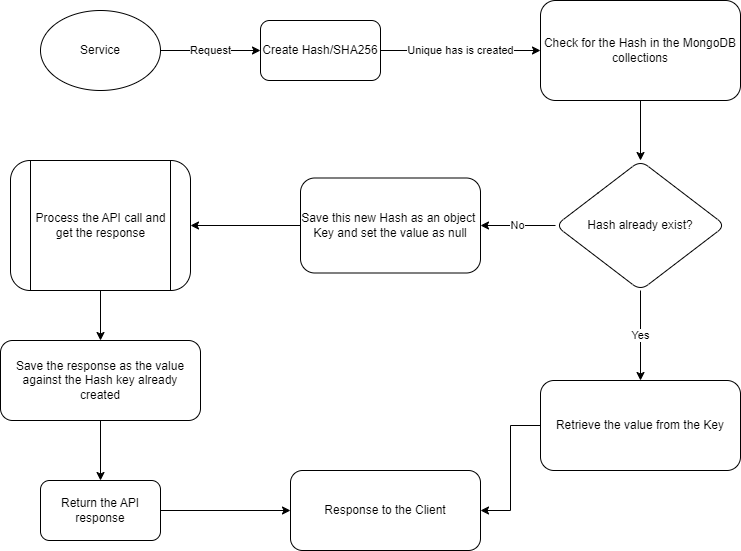
Earlier version of the draw.io export Untitled Diagram.drawio.png (sumansikdar/simple-webapp-python). Source tidied: cells renumbered, new cells last; positions are measured from the earlier drawing's top-left corner, leaving out a move shared by most shapes. The source it was exported from:
```xml
<mxGraphModel>
  <root>
    <mxCell id="0" />
    <mxCell id="1" parent="0" />
    <mxCell id="2" value="Request" style="edgeStyle=orthogonalEdgeStyle;rounded=0;jettySize=auto;html=1;" parent="1" edge="1" source="3" target="5">
      <mxGeometry relative="1" as="geometry" />
    </mxCell>
    <mxCell id="3" value="Service" style="ellipse;whiteSpace=wrap;html=1;" parent="1" vertex="1">
      <mxGeometry x="40" y="10" width="120" height="80" as="geometry" />
    </mxCell>
    <mxCell id="4" value="Unique has is created" style="edgeStyle=orthogonalEdgeStyle;rounded=0;jettySize=auto;html=1;" parent="1" edge="1" source="5" target="7">
      <mxGeometry relative="1" as="geometry" />
    </mxCell>
    <mxCell id="5" value="Create Hash/SHA256" style="rounded=1;whiteSpace=wrap;html=1;" parent="1" vertex="1">
      <mxGeometry x="260" y="20" width="120" height="60" as="geometry" />
    </mxCell>
    <mxCell id="6" style="edgeStyle=orthogonalEdgeStyle;rounded=0;jettySize=auto;html=1;" parent="1" edge="1" source="7" target="10">
      <mxGeometry relative="1" as="geometry" />
    </mxCell>
    <mxCell id="7" value="Check for the Hash in the MongoDB collections" style="rounded=1;whiteSpace=wrap;html=1;" parent="1" vertex="1">
      <mxGeometry x="540" width="200" height="100" as="geometry" />
    </mxCell>
    <mxCell id="8" value="No" style="edgeStyle=orthogonalEdgeStyle;rounded=0;jettySize=auto;html=1;" parent="1" edge="1" source="10" target="12">
      <mxGeometry relative="1" as="geometry" />
    </mxCell>
    <mxCell id="9" value="Yes" style="edgeStyle=orthogonalEdgeStyle;rounded=0;jettySize=auto;html=1;" parent="1" edge="1" source="10" target="18">
      <mxGeometry relative="1" as="geometry" />
    </mxCell>
    <mxCell id="10" value="Hash already exist?" style="rhombus;whiteSpace=wrap;html=1;rounded=1;" parent="1" vertex="1">
      <mxGeometry x="555" y="160" width="170" height="130" as="geometry" />
    </mxCell>
    <mxCell id="11" style="edgeStyle=orthogonalEdgeStyle;rounded=0;jettySize=auto;html=1;" parent="1" edge="1" source="12" target="14">
      <mxGeometry relative="1" as="geometry" />
    </mxCell>
    <mxCell id="12" value="Save this new Hash as an object&amp;nbsp; Key and set the value as null" style="whiteSpace=wrap;html=1;rounded=1;" parent="1" vertex="1">
      <mxGeometry x="300" y="177.5" width="180" height="95" as="geometry" />
    </mxCell>
    <mxCell id="13" style="edgeStyle=orthogonalEdgeStyle;rounded=0;jettySize=auto;html=1;" parent="1" edge="1" source="14" target="16">
      <mxGeometry relative="1" as="geometry" />
    </mxCell>
    <mxCell id="14" value="Process the API call and get the response" style="shape=process;whiteSpace=wrap;html=1;backgroundOutline=1;rounded=1;" parent="1" vertex="1">
      <mxGeometry x="10" y="160" width="180" height="130" as="geometry" />
    </mxCell>
    <mxCell id="15" style="edgeStyle=orthogonalEdgeStyle;rounded=0;jettySize=auto;html=1;" parent="1" edge="1" source="16" target="20">
      <mxGeometry relative="1" as="geometry" />
    </mxCell>
    <mxCell id="16" value="Save the response as the value against the Hash key already created" style="whiteSpace=wrap;html=1;rounded=1;" parent="1" vertex="1">
      <mxGeometry y="340" width="200" height="80" as="geometry" />
    </mxCell>
    <mxCell id="17" style="edgeStyle=orthogonalEdgeStyle;rounded=0;jettySize=auto;html=1;entryX=1;entryY=0.5;entryDx=0;entryDy=0;" parent="1" edge="1" source="18" target="21">
      <mxGeometry relative="1" as="geometry" />
    </mxCell>
    <mxCell id="18" value="Retrieve the value from the Key" style="whiteSpace=wrap;html=1;rounded=1;" parent="1" vertex="1">
      <mxGeometry x="540" y="380" width="200" height="90" as="geometry" />
    </mxCell>
    <mxCell id="19" style="edgeStyle=orthogonalEdgeStyle;rounded=0;jettySize=auto;html=1;" parent="1" edge="1" source="20" target="21">
      <mxGeometry relative="1" as="geometry" />
    </mxCell>
    <mxCell id="20" value="Return the API response" style="whiteSpace=wrap;html=1;rounded=1;" parent="1" vertex="1">
      <mxGeometry x="40" y="480" width="120" height="60" as="geometry" />
    </mxCell>
    <mxCell id="21" value="Response to the Client" style="whiteSpace=wrap;html=1;rounded=1;" parent="1" vertex="1">
      <mxGeometry x="290" y="470" width="190" height="80" as="geometry" />
    </mxCell>
  </root>
</mxGraphModel>
```
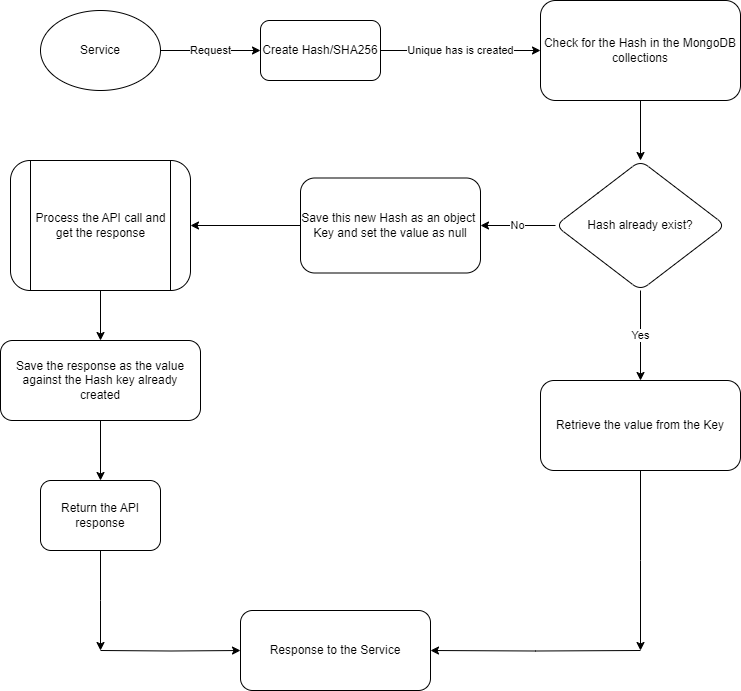
The same diagram one commit later.

Diff of the diagram source:
```diff
@@ -47,20 +47,34 @@
     <mxCell id="16" value="Save the response as the value against the Hash key already created" style="whiteSpace=wrap;html=1;rounded=1;" parent="1" vertex="1">
       <mxGeometry y="340" width="200" height="80" as="geometry" />
     </mxCell>
-    <mxCell id="17" style="edgeStyle=orthogonalEdgeStyle;rounded=0;jettySize=auto;html=1;entryX=1;entryY=0.5;entryDx=0;entryDy=0;" parent="1" edge="1" source="18" target="21">
-      <mxGeometry relative="1" as="geometry" />
-    </mxCell>
+    <mxCell id="22" style="edgeStyle=orthogonalEdgeStyle;rounded=0;jettySize=auto;html=1;" parent="1" edge="1" source="18">
+      <mxGeometry relative="1" as="geometry">
+        <mxPoint x="640" y="650" as="targetPoint" />
+      </mxGeometry>
+    </mxCell>
     <mxCell id="18" value="Retrieve the value from the Key" style="whiteSpace=wrap;html=1;rounded=1;" parent="1" vertex="1">
       <mxGeometry x="540" y="380" width="200" height="90" as="geometry" />
     </mxCell>
-    <mxCell id="19" style="edgeStyle=orthogonalEdgeStyle;rounded=0;jettySize=auto;html=1;" parent="1" edge="1" source="20" target="21">
-      <mxGeometry relative="1" as="geometry" />
-    </mxCell>
+    <mxCell id="23" style="edgeStyle=orthogonalEdgeStyle;rounded=0;jettySize=auto;html=1;" parent="1" edge="1" source="20">
+      <mxGeometry relative="1" as="geometry">
+        <mxPoint x="100" y="650" as="targetPoint" />
+      </mxGeometry>
+    </mxCell>
     <mxCell id="20" value="Return the API response" style="whiteSpace=wrap;html=1;rounded=1;" parent="1" vertex="1">
-      <mxGeometry x="40" y="480" width="120" height="60" as="geometry" />
+      <mxGeometry x="40" y="480" width="120" height="70" as="geometry" />
     </mxCell>
-    <mxCell id="21" value="Response to the Client" style="whiteSpace=wrap;html=1;rounded=1;" parent="1" vertex="1">
-      <mxGeometry x="290" y="470" width="190" height="80" as="geometry" />
+    <mxCell id="21" value="Response to the Service" style="whiteSpace=wrap;html=1;rounded=1;" parent="1" vertex="1">
+      <mxGeometry x="240" y="610" width="190" height="80" as="geometry" />
     </mxCell>
+    <mxCell id="24" style="edgeStyle=orthogonalEdgeStyle;rounded=0;jettySize=auto;html=1;" parent="1" edge="1" target="21">
+      <mxGeometry relative="1" as="geometry">
+        <mxPoint x="100" y="650" as="sourcePoint" />
+      </mxGeometry>
+    </mxCell>
+    <mxCell id="25" style="edgeStyle=orthogonalEdgeStyle;rounded=0;jettySize=auto;html=1;entryX=1;entryY=0.5;entryDx=0;entryDy=0;" parent="1" edge="1" target="21">
+      <mxGeometry relative="1" as="geometry">
+        <mxPoint x="640" y="650" as="sourcePoint" />
+      </mxGeometry>
+    </mxCell>
   </root>
 </mxGraphModel>
```
